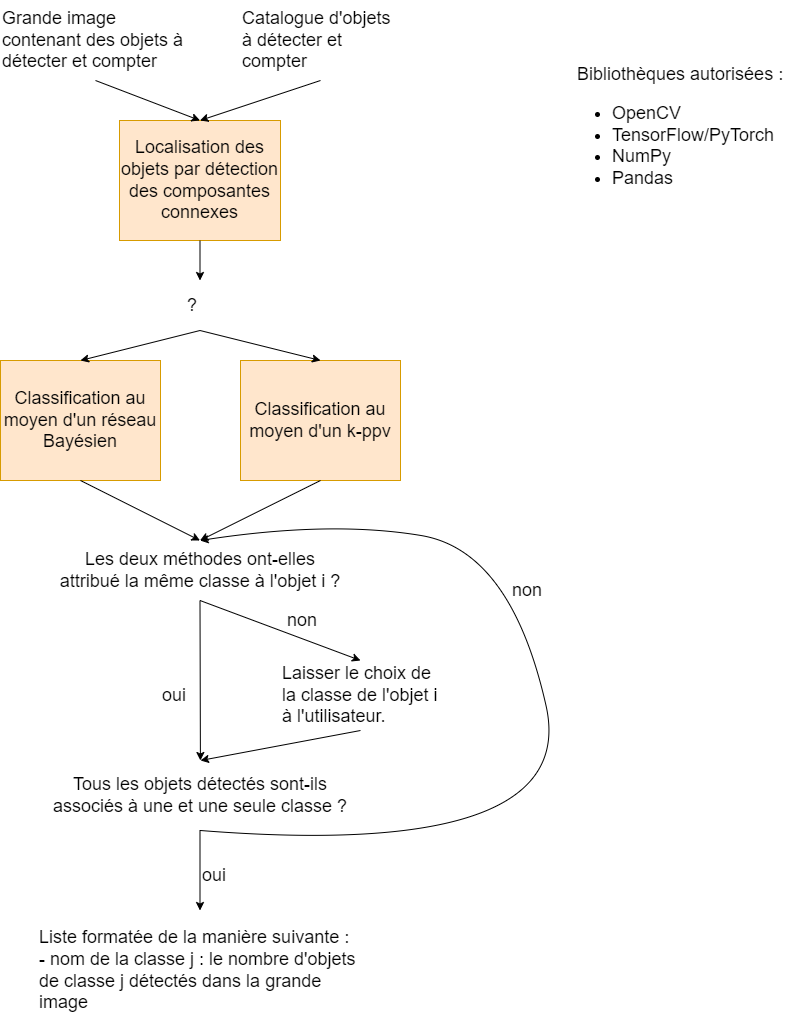
Earlier version of the draw.io export Chaine_traitement_brouillon.png (agodiveau/Projet_IA_S7). Source tidied: cells renumbered, new cells last; positions are measured from the earlier drawing's top-left corner, leaving out a move shared by most shapes.
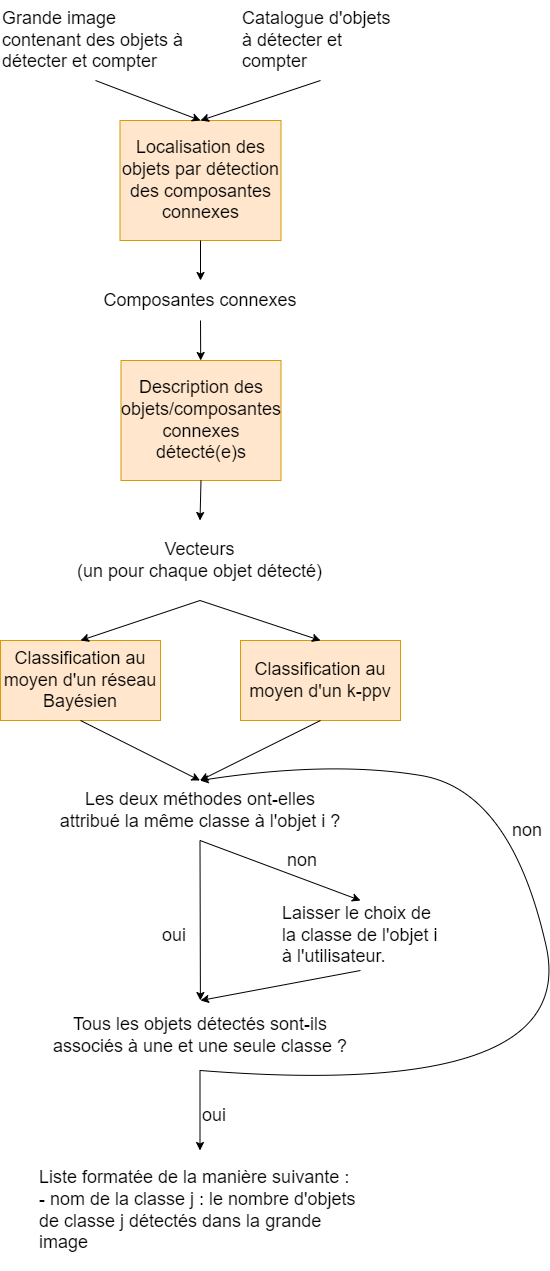
Later version of the same file.

Commit message:
màj de la chaîne de traitement 2

The edit, as a diff of the source:
```diff
@@ -2,23 +2,20 @@
   <root>
     <mxCell id="0" />
     <mxCell id="1" parent="0" />
-    <mxCell id="2" value="&lt;font style=&quot;font-size: 18px;&quot;&gt;&amp;nbsp;Bibliothèques autorisées :&lt;br&gt;&lt;ul&gt;&lt;li&gt;&lt;font style=&quot;font-size: 18px;&quot;&gt;OpenCV&lt;/font&gt;&lt;/li&gt;&lt;li&gt;&lt;font style=&quot;font-size: 18px;&quot;&gt;TensorFlow/PyTorch&lt;/font&gt;&lt;/li&gt;&lt;li&gt;&lt;font style=&quot;font-size: 18px;&quot;&gt;NumPy&lt;/font&gt;&lt;/li&gt;&lt;li&gt;&lt;font style=&quot;font-size: 18px;&quot;&gt;Pandas&lt;/font&gt;&lt;/li&gt;&lt;/ul&gt;&lt;/font&gt;" style="text;html=1;strokeColor=none;fillColor=none;align=left;verticalAlign=middle;whiteSpace=wrap;rounded=0;" parent="1" vertex="1">
-      <mxGeometry x="570" y="50" width="240" height="170" as="geometry" />
-    </mxCell>
     <mxCell id="3" value="&lt;font style=&quot;font-size: 18px;&quot;&gt;Localisation des objets par détection des composantes connexes&lt;/font&gt;" style="rounded=0;whiteSpace=wrap;html=1;fillColor=#ffe6cc;strokeColor=#d79b00;" parent="1" vertex="1">
-      <mxGeometry x="119" y="120" width="161" height="120" as="geometry" />
+      <mxGeometry x="119.5" y="-120" width="161" height="120" as="geometry" />
     </mxCell>
     <mxCell id="4" value="&lt;span style=&quot;font-size: 18px;&quot;&gt;Grande image contenant des objets à détecter et compter&lt;/span&gt;" style="text;html=1;strokeColor=none;fillColor=none;align=left;verticalAlign=middle;whiteSpace=wrap;rounded=0;" parent="1" vertex="1">
-      <mxGeometry width="190" height="80" as="geometry" />
+      <mxGeometry y="-240" width="190" height="80" as="geometry" />
     </mxCell>
     <mxCell id="5" value="&lt;span style=&quot;font-size: 18px;&quot;&gt;Catalogue d'objets à détecter et compter&lt;/span&gt;" style="text;html=1;strokeColor=none;fillColor=none;align=left;verticalAlign=middle;whiteSpace=wrap;rounded=0;" parent="1" vertex="1">
-      <mxGeometry x="240" width="160" height="80" as="geometry" />
+      <mxGeometry x="240" y="-240" width="160" height="80" as="geometry" />
     </mxCell>
     <mxCell id="6" value="&lt;font style=&quot;font-size: 18px;&quot;&gt;Classification au moyen d'un réseau Bayésien&lt;/font&gt;" style="rounded=0;whiteSpace=wrap;html=1;fillColor=#ffe6cc;strokeColor=#d79b00;" parent="1" vertex="1">
-      <mxGeometry y="360" width="160" height="120" as="geometry" />
+      <mxGeometry y="400" width="160" height="80" as="geometry" />
     </mxCell>
     <mxCell id="7" value="&lt;font style=&quot;font-size: 18px;&quot;&gt;Classification au moyen d'un k-ppv&lt;/font&gt;" style="rounded=0;whiteSpace=wrap;html=1;fillColor=#ffe6cc;strokeColor=#d79b00;" parent="1" vertex="1">
-      <mxGeometry x="240" y="360" width="160" height="120" as="geometry" />
+      <mxGeometry x="240" y="400" width="160" height="80" as="geometry" />
     </mxCell>
     <mxCell id="8" style="endArrow=classic;html=1;rounded=0;exitX=0.5;exitY=1;exitDx=0;exitDy=0;entryX=0.5;entryY=0;entryDx=0;entryDy=0;" parent="1" edge="1" source="5" target="3">
       <mxGeometry relative="1" as="geometry" />
@@ -26,16 +23,14 @@
     <mxCell id="9" style="endArrow=classic;html=1;rounded=0;exitX=0.5;exitY=1;exitDx=0;exitDy=0;entryX=0.5;entryY=0;entryDx=0;entryDy=0;" parent="1" edge="1" source="4" target="3">
       <mxGeometry relative="1" as="geometry" />
     </mxCell>
-    <mxCell id="10" style="endArrow=classic;html=1;rounded=0;exitX=0.5;exitY=1;exitDx=0;exitDy=0;entryX=0.5;entryY=0;entryDx=0;entryDy=0;" parent="1" edge="1" source="3" target="11">
+    <mxCell id="10" style="endArrow=classic;html=1;rounded=0;exitX=0.5;exitY=1;exitDx=0;exitDy=0;entryX=0.5;entryY=0;entryDx=0;entryDy=0;" parent="1" edge="1" source="3" target="30">
       <mxGeometry relative="1" as="geometry" />
     </mxCell>
-    <mxCell id="11" value="&lt;span style=&quot;font-size: 18px;&quot;&gt;?&lt;/span&gt;" style="text;html=1;strokeColor=none;fillColor=none;align=left;verticalAlign=middle;whiteSpace=wrap;rounded=0;" parent="1" vertex="1">
-      <mxGeometry x="184.5" y="280" width="30" height="50" as="geometry" />
+    <mxCell id="11" value="&lt;span style=&quot;font-size: 18px;&quot;&gt;Vecteurs&lt;br&gt;(un pour chaque objet détecté)&lt;/span&gt;" style="text;html=1;strokeColor=none;fillColor=none;align=center;verticalAlign=middle;whiteSpace=wrap;rounded=0;" parent="1" vertex="1">
+      <mxGeometry x="74" y="280" width="251" height="80" as="geometry" />
     </mxCell>
-    <mxCell id="12" style="endArrow=classic;html=1;rounded=0;exitX=0.5;exitY=1;exitDx=0;exitDy=0;" parent="1" edge="1" source="11">
-      <mxGeometry relative="1" as="geometry">
-        <mxPoint x="80" y="360" as="targetPoint" />
-      </mxGeometry>
+    <mxCell id="12" style="endArrow=classic;html=1;rounded=0;exitX=0.5;exitY=1;exitDx=0;exitDy=0;entryX=0.5;entryY=0;entryDx=0;entryDy=0;" parent="1" edge="1" source="11" target="6">
+      <mxGeometry relative="1" as="geometry" />
     </mxCell>
     <mxCell id="13" style="endArrow=classic;html=1;rounded=0;exitX=0.5;exitY=1;exitDx=0;exitDy=0;entryX=0.5;entryY=0;entryDx=0;entryDy=0;" parent="1" edge="1" source="11" target="7">
       <mxGeometry relative="1" as="geometry" />
@@ -94,5 +89,17 @@
     <mxCell id="28" value="&lt;span style=&quot;font-size: 18px;&quot;&gt;oui&lt;/span&gt;" style="text;html=1;strokeColor=none;fillColor=none;align=left;verticalAlign=middle;whiteSpace=wrap;rounded=0;" parent="1" vertex="1">
       <mxGeometry x="200" y="860" width="30" height="30" as="geometry" />
     </mxCell>
+    <mxCell id="29" value="&lt;span style=&quot;font-size: 18px;&quot;&gt;Description des objets/composantes connexes détecté(e)s&lt;br&gt;&lt;/span&gt;" style="rounded=0;whiteSpace=wrap;html=1;fillColor=#ffe6cc;strokeColor=#d79b00;" parent="1" vertex="1">
+      <mxGeometry x="120.5" y="120" width="160" height="120" as="geometry" />
+    </mxCell>
+    <mxCell id="30" value="&lt;span style=&quot;font-size: 18px;&quot;&gt;Composantes connexes&lt;/span&gt;" style="text;html=1;strokeColor=none;fillColor=none;align=center;verticalAlign=middle;whiteSpace=wrap;rounded=0;" parent="1" vertex="1">
+      <mxGeometry x="100" y="40" width="200" height="40" as="geometry" />
+    </mxCell>
+    <mxCell id="31" style="endArrow=classic;html=1;rounded=0;exitX=0.5;exitY=1;exitDx=0;exitDy=0;" parent="1" edge="1" source="30" target="29">
+      <mxGeometry relative="1" as="geometry" />
+    </mxCell>
+    <mxCell id="32" style="endArrow=classic;html=1;rounded=0;exitX=0.5;exitY=1;exitDx=0;exitDy=0;entryX=0.5;entryY=0;entryDx=0;entryDy=0;" parent="1" edge="1" source="29" target="11">
+      <mxGeometry relative="1" as="geometry" />
+    </mxCell>
   </root>
 </mxGraphModel>
```
